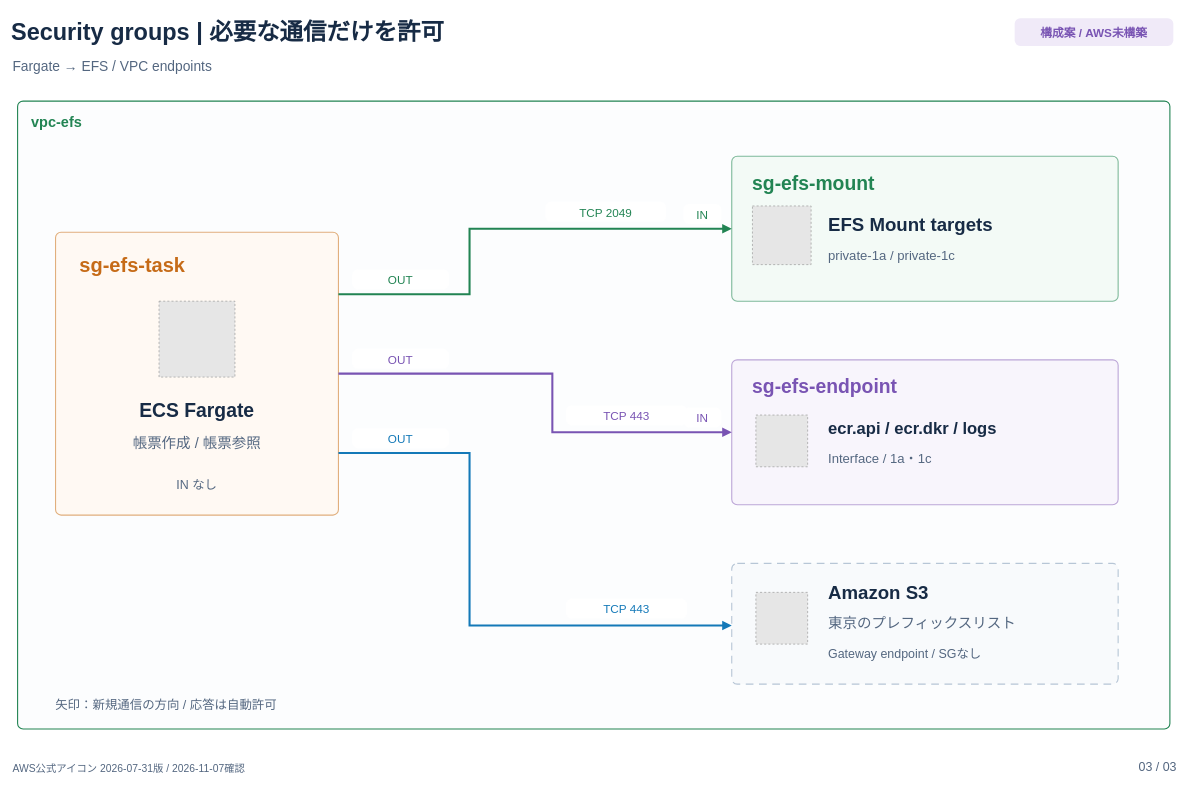
The draw.io diagram page "03 SG・通信ルール" (3 of 3) of docs/architecture/efs-architecture.drawio in tikyuu/efs-portfolio, before the edit. Source tidied: cells renumbered, new cells numbered last; positions are measured from the earlier drawing's top-left corner, leaving out a move shared by most shapes. Both pictures are drawn from the tidied source at 69%, with x=0, y=0 at pixel (11, 11). Pictures stored in the file or linked from it are replaced by grey dashed boxes.
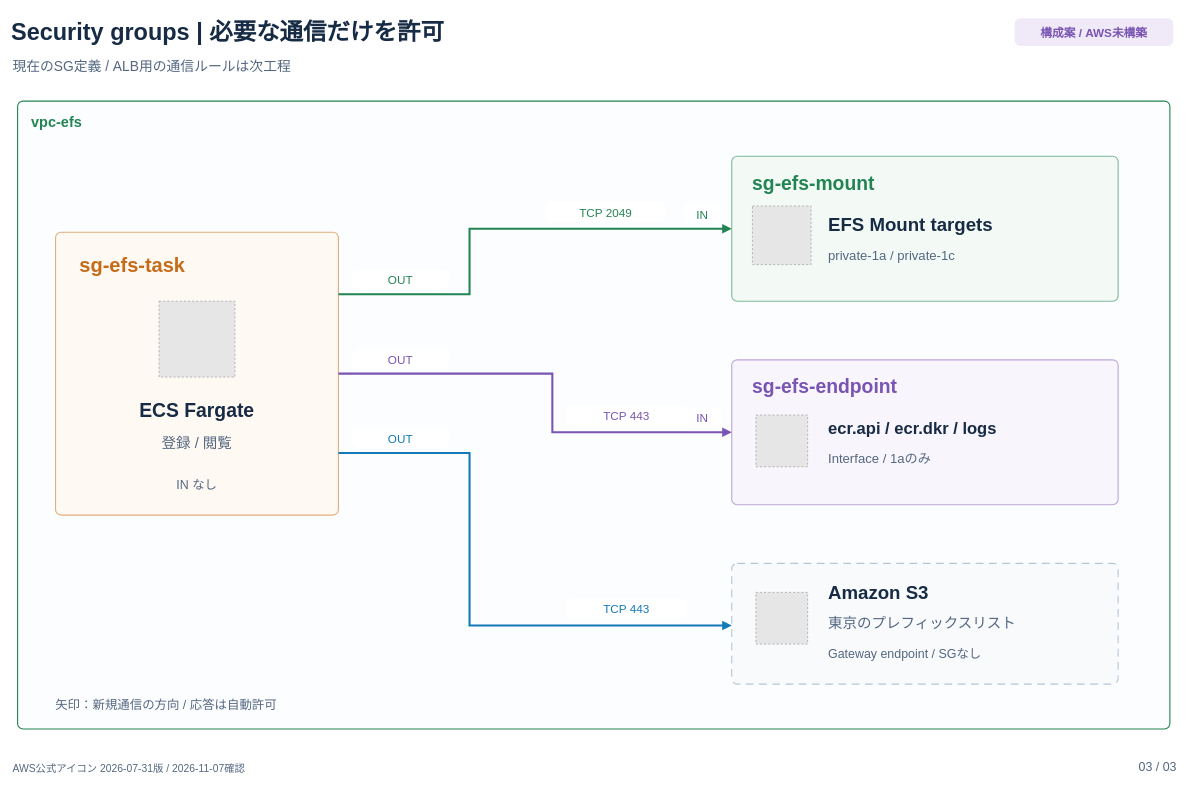
The same diagram, later.

Unchanged cells that the change refers to:
```xml
<mxCell id="3" style="html=0;whiteSpace=nowrap;fontFamily=Hiragino Sans;fontColor=#172B45;rounded=1;absoluteArcSize=1;arcSize=16;fillColor=#FFF9F3;strokeColor=#E1AF7D;strokeWidth=1.6;dashed=0;dashPattern=7 5;" parent="2" vertex="1">
  <mxGeometry x="55" y="190" width="410" height="410" as="geometry" />
</mxCell>
<mxCell id="5" style="html=0;whiteSpace=nowrap;fontFamily=Hiragino Sans;fontColor=#172B45;rounded=1;absoluteArcSize=1;arcSize=16;fillColor=#F8F5FC;strokeColor=#BCA6D7;strokeWidth=1.6;dashed=0;dashPattern=7 5;" parent="2" vertex="1">
  <mxGeometry x="1035" y="375" width="560" height="210" as="geometry" />
</mxCell>
```

Diff of the diagram source:
```diff
@@
-    <mxCell id="24" value="Fargate → EFS / VPC endpoints" style="html=0;whiteSpace=nowrap;fontFamily=Hiragino Sans;fontColor=#172B45;text;strokeColor=none;fillColor=none;align=left;verticalAlign=middle;spacing=0;fontColor=#546780;fontSize=20;fontStyle=0;lineHeight=1.45;" parent="1" vertex="1">
+    <mxCell id="24" value="現在のSG定義  /  ALB用の通信ルールは次工程" style="html=0;whiteSpace=nowrap;fontFamily=Hiragino Sans;fontColor=#172B45;text;strokeColor=none;fillColor=none;align=left;verticalAlign=middle;spacing=0;fontColor=#546780;fontSize=20;fontStyle=0;lineHeight=1.45;" parent="1" vertex="1">
       <mxGeometry x="2" y="61" width="1450" height="35" as="geometry" />
     </mxCell>
@@
-    <mxCell id="31" value="帳票作成 / 帳票参照" style="html=0;whiteSpace=nowrap;fontFamily=Hiragino Sans;fontColor=#172B45;text;strokeColor=none;fillColor=none;align=center;verticalAlign=middle;spacing=0;fontColor=#546780;fontSize=21;fontStyle=0;lineHeight=1.45;" parent="3" vertex="1">
+    <mxCell id="31" value="登録 / 閲覧" style="html=0;whiteSpace=nowrap;fontFamily=Hiragino Sans;fontColor=#172B45;text;strokeColor=none;fillColor=none;align=center;verticalAlign=middle;spacing=0;fontColor=#546780;fontSize=21;fontStyle=0;lineHeight=1.45;" parent="3" vertex="1">
       <mxGeometry x="35" y="288" width="340" height="32" as="geometry" />
     </mxCell>
@@
-    <mxCell id="38" value="Interface / 1a・1c" style="html=0;whiteSpace=nowrap;fontFamily=Hiragino Sans;fontColor=#172B45;text;strokeColor=none;fillColor=none;align=left;verticalAlign=middle;spacing=0;fontColor=#546780;fontSize=19;fontStyle=0;lineHeight=1.45;" parent="5" vertex="1">
+    <mxCell id="38" value="Interface / 1aのみ" style="html=0;whiteSpace=nowrap;fontFamily=Hiragino Sans;fontColor=#172B45;text;strokeColor=none;fillColor=none;align=left;verticalAlign=middle;spacing=0;fontColor=#546780;fontSize=19;fontStyle=0;lineHeight=1.45;" parent="5" vertex="1">
       <mxGeometry x="140" y="127" width="385" height="30" as="geometry" />
     </mxCell>
```
